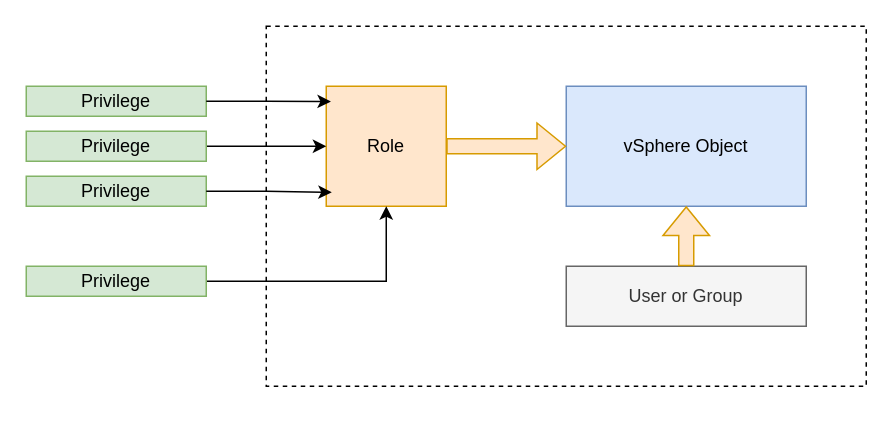
Earlier version of the draw.io diagram VCenterPermissions.drawio (incognia/Cultura). Source tidied: cells renumbered, new cells numbered last; positions are measured from the earlier drawing's top-left corner, leaving out a move shared by most shapes. Both pictures are drawn from the tidied source at 150%, with x=0, y=0 at pixel (26, 26).
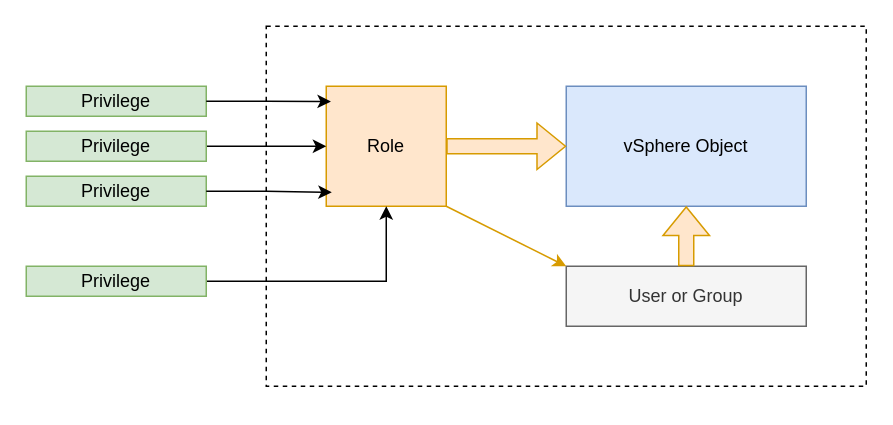
The same diagram, later.

What changed in the source:
```diff
@@
 <mxGraphModel>
   <root>
     <mxCell id="0" />
     <mxCell id="1" parent="0" />
     <mxCell id="2" style="rounded=0;whiteSpace=wrap;html=1;dashed=1;" parent="1" vertex="1">
       <mxGeometry x="160" width="400" height="240" as="geometry" />
     </mxCell>
     <mxCell id="3" value="Role" style="whiteSpace=wrap;html=1;fillColor=#ffe6cc;strokeColor=#d79b00;" parent="1" vertex="1">
       <mxGeometry x="200" y="40" width="80" height="80" as="geometry" />
     </mxCell>
     <mxCell id="4" value="vSphere Object" style="rounded=0;whiteSpace=wrap;html=1;fillColor=#dae8fc;strokeColor=#6c8ebf;" parent="1" vertex="1">
       <mxGeometry x="360" y="40" width="160" height="80" as="geometry" />
     </mxCell>
     <mxCell id="5" value="Privilege" style="rounded=0;whiteSpace=wrap;html=1;fillColor=#d5e8d4;strokeColor=#82b366;" parent="1" vertex="1">
       <mxGeometry y="40" width="120" height="20" as="geometry" />
     </mxCell>
     <mxCell id="6" style="edgeStyle=orthogonalEdgeStyle;rounded=0;jettySize=auto;html=1;exitX=1;exitY=0.5;exitDx=0;exitDy=0;" parent="1" edge="1" source="7" target="3">
       <mxGeometry relative="1" as="geometry" />
     </mxCell>
     <mxCell id="7" value="Privilege" style="rounded=0;whiteSpace=wrap;html=1;fillColor=#d5e8d4;strokeColor=#82b366;" parent="1" vertex="1">
       <mxGeometry y="70" width="120" height="20" as="geometry" />
     </mxCell>
     <mxCell id="8" value="Privilege" style="rounded=0;whiteSpace=wrap;html=1;fillColor=#d5e8d4;strokeColor=#82b366;" parent="1" vertex="1">
       <mxGeometry y="100" width="120" height="20" as="geometry" />
     </mxCell>
     <mxCell id="9" style="edgeStyle=orthogonalEdgeStyle;rounded=0;jettySize=auto;html=1;exitX=1;exitY=0.5;exitDx=0;exitDy=0;" parent="1" edge="1" source="10" target="3">
       <mxGeometry relative="1" as="geometry" />
     </mxCell>
     <mxCell id="10" value="Privilege" style="rounded=0;whiteSpace=wrap;html=1;fillColor=#d5e8d4;strokeColor=#82b366;" parent="1" vertex="1">
       <mxGeometry y="160" width="120" height="20" as="geometry" />
     </mxCell>
     <mxCell id="11" style="edgeStyle=orthogonalEdgeStyle;rounded=0;jettySize=auto;html=1;exitX=1;exitY=0.5;exitDx=0;exitDy=0;entryX=0.039;entryY=0.127;entryDx=0;entryDy=0;entryPerimeter=0;" parent="1" edge="1" source="5" target="3">
       <mxGeometry relative="1" as="geometry" />
     </mxCell>
     <mxCell id="12" style="edgeStyle=orthogonalEdgeStyle;rounded=0;jettySize=auto;html=1;exitX=1;exitY=0.5;exitDx=0;exitDy=0;entryX=0.046;entryY=0.884;entryDx=0;entryDy=0;entryPerimeter=0;" parent="1" edge="1" source="8" target="3">
       <mxGeometry relative="1" as="geometry" />
     </mxCell>
     <mxCell id="13" style="edgeStyle=orthogonalEdgeStyle;rounded=0;orthogonalLoop=1;jettySize=auto;html=1;exitX=0.5;exitY=1;exitDx=0;exitDy=0;" parent="1" edge="1" source="2" target="2">
       <mxGeometry relative="1" as="geometry" />
     </mxCell>
     <mxCell id="14" style="shape=flexArrow;endArrow=classic;html=1;rounded=0;entryX=0;entryY=0.5;entryDx=0;entryDy=0;exitX=1;exitY=0.5;exitDx=0;exitDy=0;fillColor=#ffe6cc;strokeColor=#d79b00;" parent="1" edge="1" source="3" target="4">
       <mxGeometry relative="1" as="geometry" />
     </mxCell>
     <mxCell id="15" value="User or Group" style="rounded=0;whiteSpace=wrap;html=1;fillColor=#f5f5f5;fontColor=#333333;strokeColor=#666666;" parent="1" vertex="1">
       <mxGeometry x="360" y="160" width="160" height="40" as="geometry" />
     </mxCell>
     <mxCell id="16" style="shape=flexArrow;endArrow=classic;html=1;rounded=0;entryX=0.5;entryY=1;entryDx=0;entryDy=0;exitX=0.5;exitY=0;exitDx=0;exitDy=0;fillColor=#ffe6cc;strokeColor=#d79b00;" parent="1" edge="1" source="15" target="4">
       <mxGeometry relative="1" as="geometry" />
     </mxCell>
+    <mxCell id="17" style="endArrow=classic;html=1;rounded=0;exitX=1;exitY=1;exitDx=0;exitDy=0;entryX=0;entryY=0;entryDx=0;entryDy=0;fillColor=#ffe6cc;strokeColor=#d79b00;" parent="1" edge="1" source="3" target="15">
+      <mxGeometry relative="1" as="geometry" />
+    </mxCell>
   </root>
 </mxGraphModel>
```
